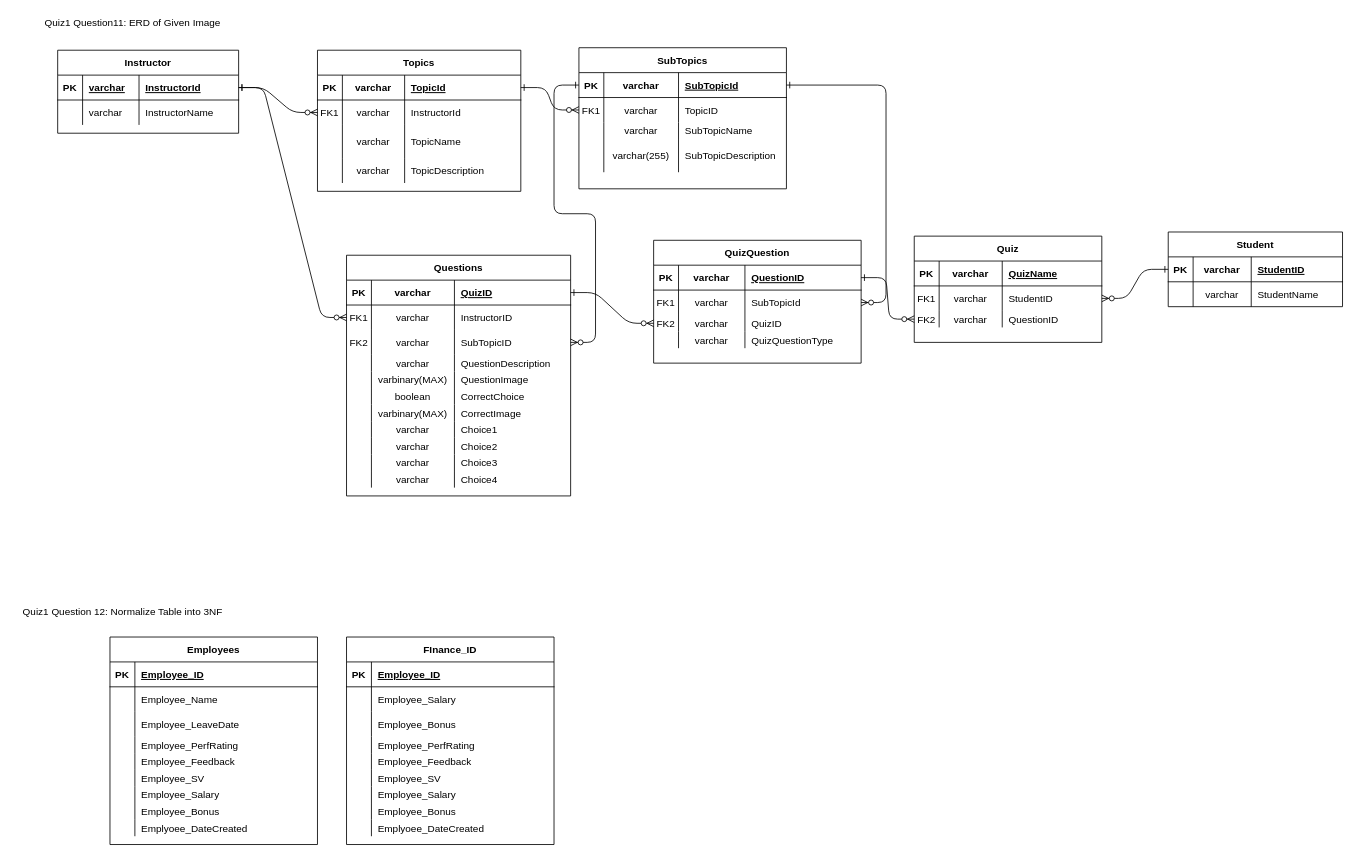
AmirAini/portfolio1 keeps this draw.io diagram as Quiz1Part1_111021.drawio. Above is the earlier version. Source tidied: cells renumbered, new cells numbered last; positions are measured from the earlier drawing's top-left corner, leaving out a move shared by most shapes. Both pictures are drawn from the tidied source at 83%, with x=0, y=0 at pixel (14, 14).
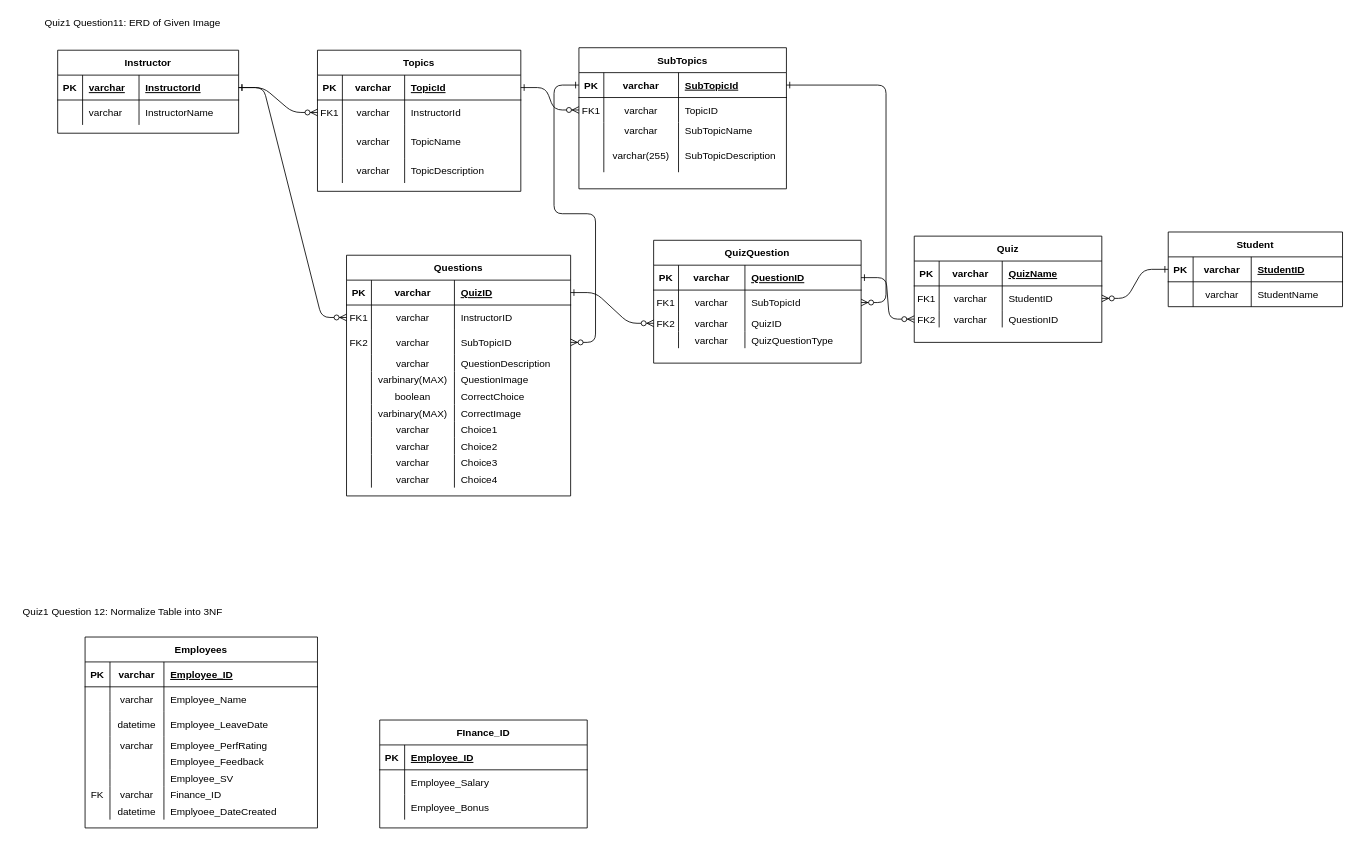
After the change.

Diff of the diagram source:
```diff
@@
     <mxCell id="140" value="Employees" style="shape=table;startSize=30;childLayout=tableLayout;rowLines=0;fontStyle=1;align=center;" parent="1" vertex="1">
-      <mxGeometry x="115" y="750" width="250" height="250" as="geometry" />
+      <mxGeometry x="85" y="750" width="280" height="230" as="geometry" />
     </mxCell>
     <mxCell id="141" style="shape=partialRectangle;fillColor=none;top=0;left=0;right=0;bottom=1;" parent="140" vertex="1">
-      <mxGeometry y="30" width="250" height="30" as="geometry" />
+      <mxGeometry y="30" width="280" height="30" as="geometry" />
     </mxCell>
@@
+    <mxCell id="196" value="varchar" style="shape=partialRectangle;overflow=hidden;fillColor=none;top=0;left=0;bottom=0;right=0;fontStyle=1;" parent="141" vertex="1">
+      <mxGeometry x="30" width="65" height="30" as="geometry" />
+    </mxCell>
     <mxCell id="143" value="Employee_ID" style="shape=partialRectangle;overflow=hidden;fillColor=none;top=0;left=0;bottom=0;right=0;align=left;spacingLeft=6;fontStyle=5;" parent="141" vertex="1">
-      <mxGeometry x="30" width="220" height="30" as="geometry" />
+      <mxGeometry x="95" width="185" height="30" as="geometry" />
     </mxCell>
     <mxCell id="144" style="shape=partialRectangle;fillColor=none;top=0;left=0;right=0;bottom=0;" parent="140" vertex="1">
-      <mxGeometry y="60" width="250" height="30" as="geometry" />
+      <mxGeometry y="60" width="280" height="30" as="geometry" />
     </mxCell>
@@
+    <mxCell id="197" value="varchar" style="shape=partialRectangle;overflow=hidden;fillColor=none;top=0;left=0;bottom=0;right=0;" parent="144" vertex="1">
+      <mxGeometry x="30" width="65" height="30" as="geometry" />
+    </mxCell>
     <mxCell id="146" value="Employee_Name" style="shape=partialRectangle;overflow=hidden;fillColor=none;top=0;left=0;bottom=0;right=0;align=left;spacingLeft=6;" parent="144" vertex="1">
-      <mxGeometry x="30" width="220" height="30" as="geometry" />
+      <mxGeometry x="95" width="185" height="30" as="geometry" />
     </mxCell>
     <mxCell id="147" style="shape=partialRectangle;fillColor=none;top=0;left=0;right=0;bottom=0;" parent="140" vertex="1">
-      <mxGeometry y="90" width="250" height="30" as="geometry" />
+      <mxGeometry y="90" width="280" height="30" as="geometry" />
     </mxCell>
@@
+    <mxCell id="198" value="datetime" style="shape=partialRectangle;overflow=hidden;fillColor=none;top=0;left=0;bottom=0;right=0;" parent="147" vertex="1">
+      <mxGeometry x="30" width="65" height="30" as="geometry" />
+    </mxCell>
     <mxCell id="149" value="Employee_LeaveDate" style="shape=partialRectangle;overflow=hidden;fillColor=none;top=0;left=0;bottom=0;right=0;align=left;spacingLeft=6;" parent="147" vertex="1">
-      <mxGeometry x="30" width="220" height="30" as="geometry" />
+      <mxGeometry x="95" width="185" height="30" as="geometry" />
     </mxCell>
     <mxCell id="150" style="shape=partialRectangle;fillColor=none;top=0;left=0;right=0;bottom=0;" parent="140" vertex="1">
-      <mxGeometry y="120" width="250" height="20" as="geometry" />
+      <mxGeometry y="120" width="280" height="20" as="geometry" />
     </mxCell>
@@
+    <mxCell id="199" value="varchar" style="shape=partialRectangle;overflow=hidden;fillColor=none;top=0;left=0;bottom=0;right=0;" parent="150" vertex="1">
+      <mxGeometry x="30" width="65" height="20" as="geometry" />
+    </mxCell>
     <mxCell id="152" value="Employee_PerfRating" style="shape=partialRectangle;overflow=hidden;fillColor=none;top=0;left=0;bottom=0;right=0;align=left;spacingLeft=6;" parent="150" vertex="1">
-      <mxGeometry x="30" width="220" height="20" as="geometry" />
+      <mxGeometry x="95" width="185" height="20" as="geometry" />
     </mxCell>
     <mxCell id="153" style="shape=partialRectangle;fillColor=none;top=0;left=0;right=0;bottom=0;" parent="140" vertex="1">
-      <mxGeometry y="140" width="250" height="20" as="geometry" />
+      <mxGeometry y="140" width="280" height="20" as="geometry" />
     </mxCell>
@@
+    <mxCell id="200" style="shape=partialRectangle;overflow=hidden;fillColor=none;top=0;left=0;bottom=0;right=0;" parent="153" vertex="1">
+      <mxGeometry x="30" width="65" height="20" as="geometry" />
+    </mxCell>
     <mxCell id="155" value="Employee_Feedback" style="shape=partialRectangle;overflow=hidden;fillColor=none;top=0;left=0;bottom=0;right=0;align=left;spacingLeft=6;" parent="153" vertex="1">
-      <mxGeometry x="30" width="220" height="20" as="geometry" />
+      <mxGeometry x="95" width="185" height="20" as="geometry" />
     </mxCell>
     <mxCell id="156" style="shape=partialRectangle;fillColor=none;top=0;left=0;right=0;bottom=0;" parent="140" vertex="1">
-      <mxGeometry y="160" width="250" height="20" as="geometry" />
+      <mxGeometry y="160" width="280" height="20" as="geometry" />
     </mxCell>
@@
+    <mxCell id="201" style="shape=partialRectangle;overflow=hidden;fillColor=none;top=0;left=0;bottom=0;right=0;" parent="156" vertex="1">
+      <mxGeometry x="30" width="65" height="20" as="geometry" />
+    </mxCell>
     <mxCell id="158" value="Employee_SV" style="shape=partialRectangle;overflow=hidden;fillColor=none;top=0;left=0;bottom=0;right=0;align=left;spacingLeft=6;" parent="156" vertex="1">
-      <mxGeometry x="30" width="220" height="20" as="geometry" />
+      <mxGeometry x="95" width="185" height="20" as="geometry" />
     </mxCell>
     <mxCell id="159" style="shape=partialRectangle;fillColor=none;top=0;left=0;right=0;bottom=0;" parent="140" vertex="1">
-      <mxGeometry y="180" width="250" height="20" as="geometry" />
+      <mxGeometry y="180" width="280" height="20" as="geometry" />
     </mxCell>
-    <mxCell id="160" style="shape=partialRectangle;overflow=hidden;fillColor=none;top=0;left=0;bottom=0;right=0;" parent="159" vertex="1">
+    <mxCell id="160" value="FK" style="shape=partialRectangle;overflow=hidden;fillColor=none;top=0;left=0;bottom=0;right=0;" parent="159" vertex="1">
       <mxGeometry width="30" height="20" as="geometry" />
     </mxCell>
+    <mxCell id="202" value="varchar" style="shape=partialRectangle;overflow=hidden;fillColor=none;top=0;left=0;bottom=0;right=0;" parent="159" vertex="1">
+      <mxGeometry x="30" width="65" height="20" as="geometry" />
+    </mxCell>
-    <mxCell id="161" value="Employee_Salary" style="shape=partialRectangle;overflow=hidden;fillColor=none;top=0;left=0;bottom=0;right=0;align=left;spacingLeft=6;" parent="159" vertex="1">
-      <mxGeometry x="30" width="220" height="20" as="geometry" />
+    <mxCell id="161" value="Finance_ID" style="shape=partialRectangle;overflow=hidden;fillColor=none;top=0;left=0;bottom=0;right=0;align=left;spacingLeft=6;" parent="159" vertex="1">
+      <mxGeometry x="95" width="185" height="20" as="geometry" />
     </mxCell>
-    <mxCell id="162" style="shape=partialRectangle;fillColor=none;top=0;left=0;right=0;bottom=0;" parent="140" vertex="1">
-      <mxGeometry y="200" width="250" height="20" as="geometry" />
-    </mxCell>
-    <mxCell id="163" style="shape=partialRectangle;overflow=hidden;fillColor=none;top=0;left=0;bottom=0;right=0;" parent="162" vertex="1">
-      <mxGeometry width="30" height="20" as="geometry" />
-    </mxCell>
-    <mxCell id="164" value="Employee_Bonus" style="shape=partialRectangle;overflow=hidden;fillColor=none;top=0;left=0;bottom=0;right=0;align=left;spacingLeft=6;" parent="162" vertex="1">
-      <mxGeometry x="30" width="220" height="20" as="geometry" />
-    </mxCell>
     <mxCell id="165" style="shape=partialRectangle;fillColor=none;top=0;left=0;right=0;bottom=0;" parent="140" vertex="1">
-      <mxGeometry y="220" width="250" height="20" as="geometry" />
+      <mxGeometry y="200" width="280" height="20" as="geometry" />
     </mxCell>
@@
+    <mxCell id="203" value="datetime" style="shape=partialRectangle;overflow=hidden;fillColor=none;top=0;left=0;bottom=0;right=0;" parent="165" vertex="1">
+      <mxGeometry x="30" width="65" height="20" as="geometry" />
+    </mxCell>
     <mxCell id="167" value="Emplyoee_DateCreated" style="shape=partialRectangle;overflow=hidden;fillColor=none;top=0;left=0;bottom=0;right=0;align=left;spacingLeft=6;" parent="165" vertex="1">
-      <mxGeometry x="30" width="220" height="20" as="geometry" />
+      <mxGeometry x="95" width="185" height="20" as="geometry" />
     </mxCell>
     <mxCell id="168" value="FInance_ID" style="shape=table;startSize=30;childLayout=tableLayout;rowLines=0;fontStyle=1;align=center;" parent="1" vertex="1">
-      <mxGeometry x="400" y="750" width="250" height="250" as="geometry" />
+      <mxGeometry x="440" y="850" width="250" height="130" as="geometry" />
     </mxCell>
@@
-    <mxCell id="178" style="shape=partialRectangle;fillColor=none;top=0;left=0;right=0;bottom=0;" parent="168" vertex="1">
-      <mxGeometry y="120" width="250" height="20" as="geometry" />
-    </mxCell>
-    <mxCell id="179" style="shape=partialRectangle;overflow=hidden;fillColor=none;top=0;left=0;bottom=0;right=0;" parent="178" vertex="1">
-      <mxGeometry width="30" height="20" as="geometry" />
-    </mxCell>
-    <mxCell id="180" value="Employee_PerfRating" style="shape=partialRectangle;overflow=hidden;fillColor=none;top=0;left=0;bottom=0;right=0;align=left;spacingLeft=6;" parent="178" vertex="1">
-      <mxGeometry x="30" width="220" height="20" as="geometry" />
-    </mxCell>
-    <mxCell id="181" style="shape=partialRectangle;fillColor=none;top=0;left=0;right=0;bottom=0;" parent="168" vertex="1">
-      <mxGeometry y="140" width="250" height="20" as="geometry" />
-    </mxCell>
-    <mxCell id="182" style="shape=partialRectangle;overflow=hidden;fillColor=none;top=0;left=0;bottom=0;right=0;" parent="181" vertex="1">
-      <mxGeometry width="30" height="20" as="geometry" />
-    </mxCell>
-    <mxCell id="183" value="Employee_Feedback" style="shape=partialRectangle;overflow=hidden;fillColor=none;top=0;left=0;bottom=0;right=0;align=left;spacingLeft=6;" parent="181" vertex="1">
-      <mxGeometry x="30" width="220" height="20" as="geometry" />
-    </mxCell>
-    <mxCell id="184" style="shape=partialRectangle;fillColor=none;top=0;left=0;right=0;bottom=0;" parent="168" vertex="1">
-      <mxGeometry y="160" width="250" height="20" as="geometry" />
-    </mxCell>
-    <mxCell id="185" style="shape=partialRectangle;overflow=hidden;fillColor=none;top=0;left=0;bottom=0;right=0;" parent="184" vertex="1">
-      <mxGeometry width="30" height="20" as="geometry" />
-    </mxCell>
-    <mxCell id="186" value="Employee_SV" style="shape=partialRectangle;overflow=hidden;fillColor=none;top=0;left=0;bottom=0;right=0;align=left;spacingLeft=6;" parent="184" vertex="1">
-      <mxGeometry x="30" width="220" height="20" as="geometry" />
-    </mxCell>
-    <mxCell id="187" style="shape=partialRectangle;fillColor=none;top=0;left=0;right=0;bottom=0;" parent="168" vertex="1">
-      <mxGeometry y="180" width="250" height="20" as="geometry" />
-    </mxCell>
-    <mxCell id="188" style="shape=partialRectangle;overflow=hidden;fillColor=none;top=0;left=0;bottom=0;right=0;" parent="187" vertex="1">
-      <mxGeometry width="30" height="20" as="geometry" />
-    </mxCell>
-    <mxCell id="189" value="Employee_Salary" style="shape=partialRectangle;overflow=hidden;fillColor=none;top=0;left=0;bottom=0;right=0;align=left;spacingLeft=6;" parent="187" vertex="1">
-      <mxGeometry x="30" width="220" height="20" as="geometry" />
-    </mxCell>
-    <mxCell id="190" style="shape=partialRectangle;fillColor=none;top=0;left=0;right=0;bottom=0;" parent="168" vertex="1">
-      <mxGeometry y="200" width="250" height="20" as="geometry" />
-    </mxCell>
-    <mxCell id="191" style="shape=partialRectangle;overflow=hidden;fillColor=none;top=0;left=0;bottom=0;right=0;" parent="190" vertex="1">
-      <mxGeometry width="30" height="20" as="geometry" />
-    </mxCell>
-    <mxCell id="192" value="Employee_Bonus" style="shape=partialRectangle;overflow=hidden;fillColor=none;top=0;left=0;bottom=0;right=0;align=left;spacingLeft=6;" parent="190" vertex="1">
-      <mxGeometry x="30" width="220" height="20" as="geometry" />
-    </mxCell>
-    <mxCell id="193" style="shape=partialRectangle;fillColor=none;top=0;left=0;right=0;bottom=0;" parent="168" vertex="1">
-      <mxGeometry y="220" width="250" height="20" as="geometry" />
-    </mxCell>
-    <mxCell id="194" style="shape=partialRectangle;overflow=hidden;fillColor=none;top=0;left=0;bottom=0;right=0;" parent="193" vertex="1">
-      <mxGeometry width="30" height="20" as="geometry" />
-    </mxCell>
-    <mxCell id="195" value="Emplyoee_DateCreated" style="shape=partialRectangle;overflow=hidden;fillColor=none;top=0;left=0;bottom=0;right=0;align=left;spacingLeft=6;" parent="193" vertex="1">
-      <mxGeometry x="30" width="220" height="20" as="geometry" />
-    </mxCell>
```
